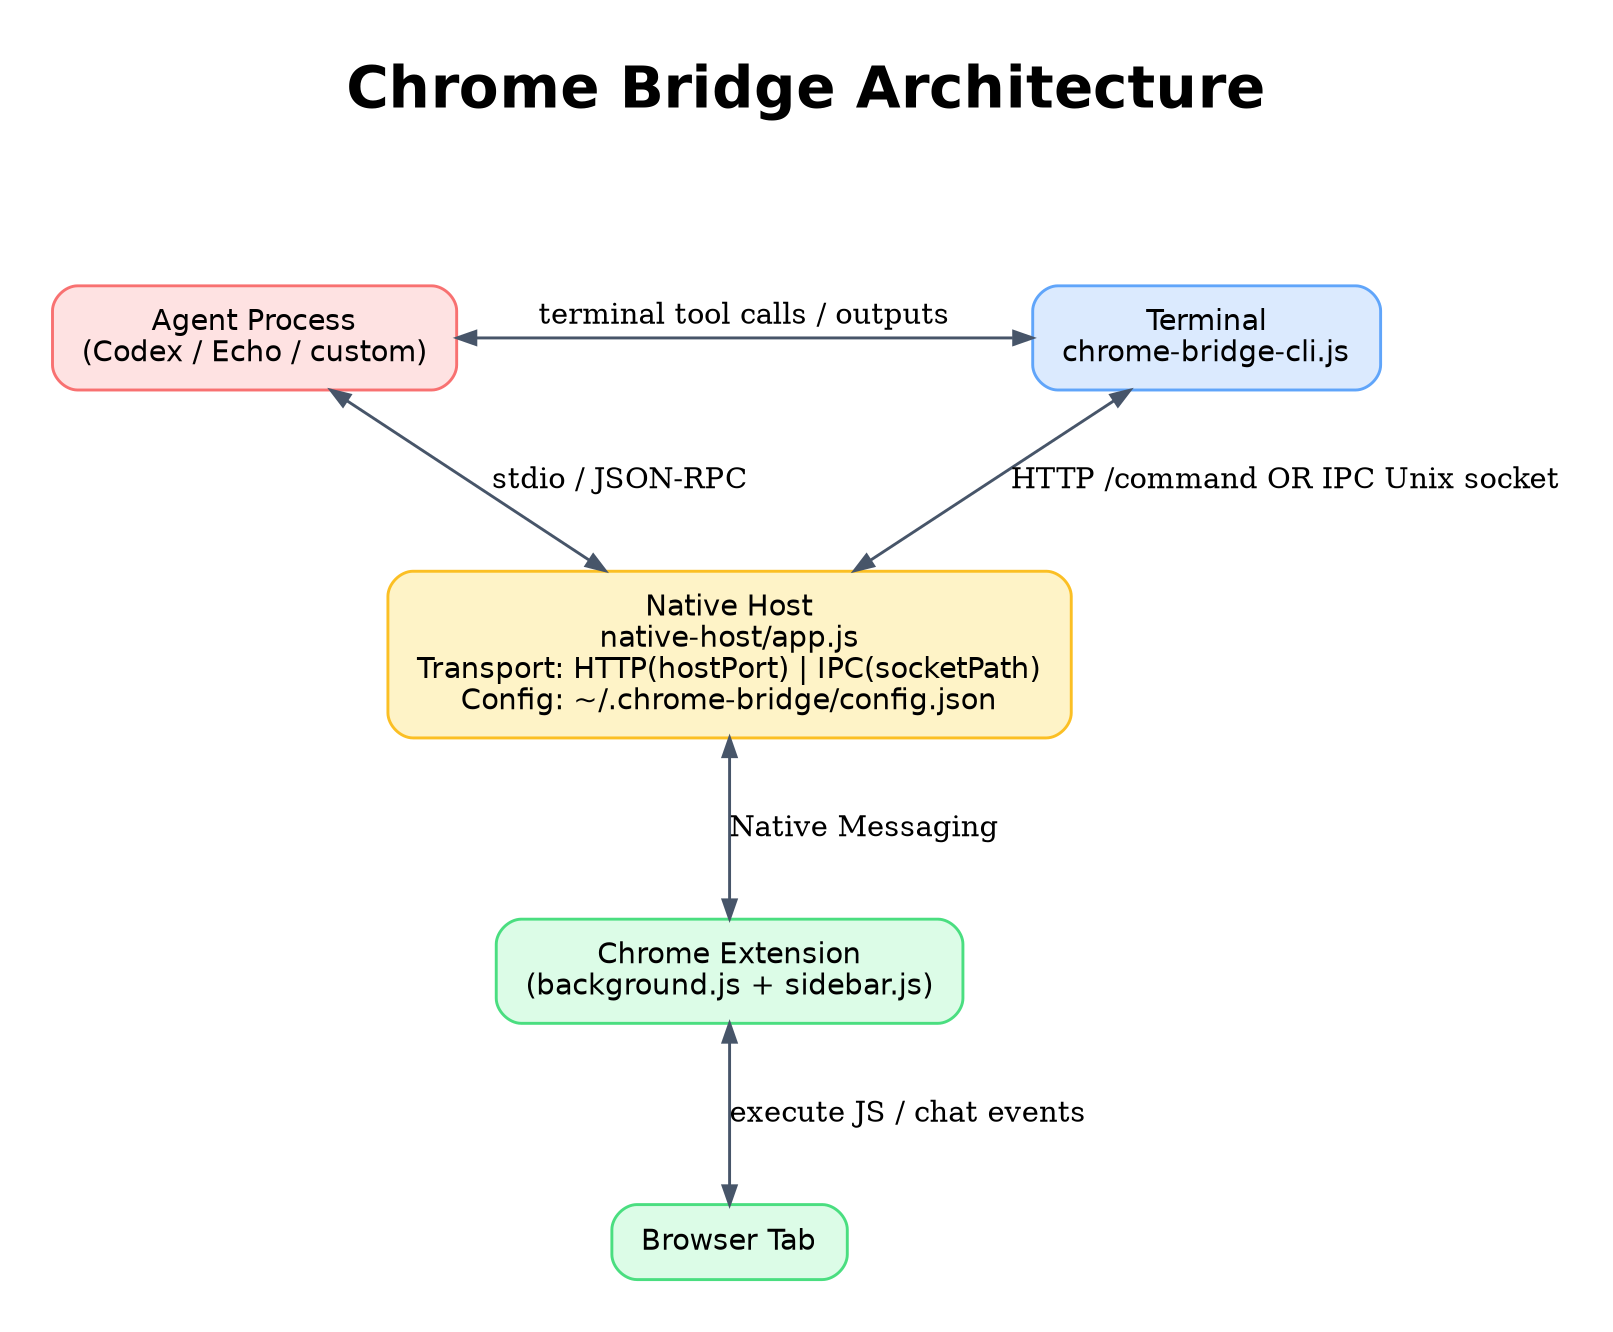
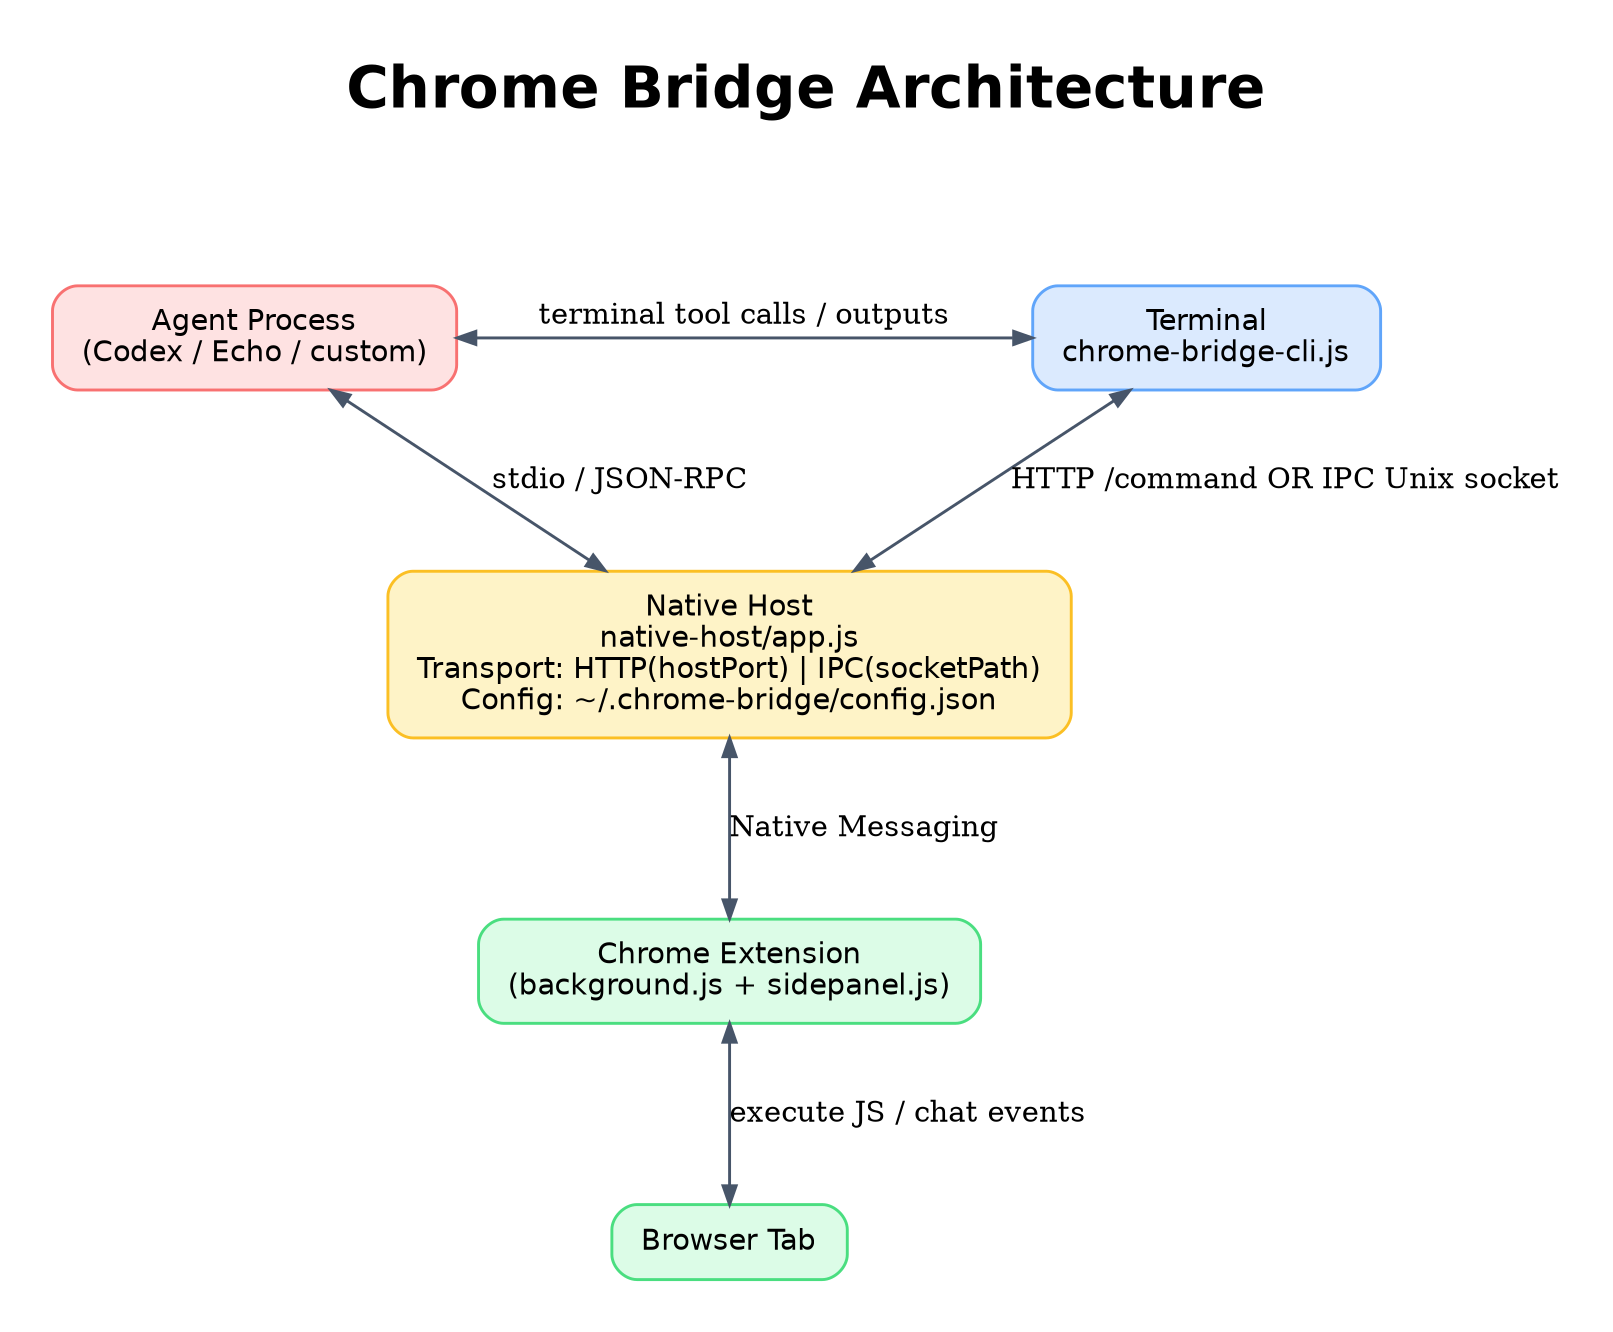
digraph chrome_bridge_architecture {
  graph [
    label="Chrome Bridge Architecture",
    labelloc=t,
    fontsize=28,
    fontname="Helvetica-Bold",
    pad=0.35,
    ranksep=1.0,
    nodesep=1.1,
    splines=true
  ];

  rankdir=TB;

  node [
    shape=box,
    style="rounded,filled",
    fontname="Helvetica",
    fontsize=14,
    penwidth=1.4,
    margin="0.2,0.14"
  ];

  edge [
    color="#475569",
    arrowsize=0.9,
    penwidth=1.4
  ];

  terminal [
    label="Terminal\nchrome-bridge-cli.js",
    fillcolor="#dbeafe",
    color="#60a5fa"
  ];

  agent [
    label="Agent Process\n(Codex / Echo / custom)",
    fillcolor="#fee2e2",
    color="#f87171"
  ];

  host [
    label="Native Host\nnative-host/app.js\nTransport: HTTP(hostPort) | IPC(socketPath)\nConfig: ~/.chrome-bridge/config.json",
    fillcolor="#fef3c7",
    color="#fbbf24"
  ];

  extension [
-     label="Chrome Extension\n(background.js + sidebar.js)",
+     label="Chrome Extension\n(background.js + sidepanel.js)",
    fillcolor="#dcfce7",
    color="#4ade80"
  ];

  tab [
    label="Browser Tab",
    fillcolor="#dcfce7",
    color="#4ade80"
  ];

  title_spacer [label="", shape=point, width=0, height=0, style=invis];

  { rank=min; title_spacer; }
  { rank=same; terminal; agent; }

  title_spacer -> terminal [style=invis, weight=8];
  agent -> terminal [dir=both, label="terminal tool calls / outputs"];
  terminal -> host [dir=both, label="HTTP /command OR IPC Unix socket"];
  agent -> host [dir=both, label="stdio / JSON-RPC"];
  host -> extension [dir=both, label="Native Messaging"];
  extension -> tab [dir=both, label="execute JS / chat events"];
}
